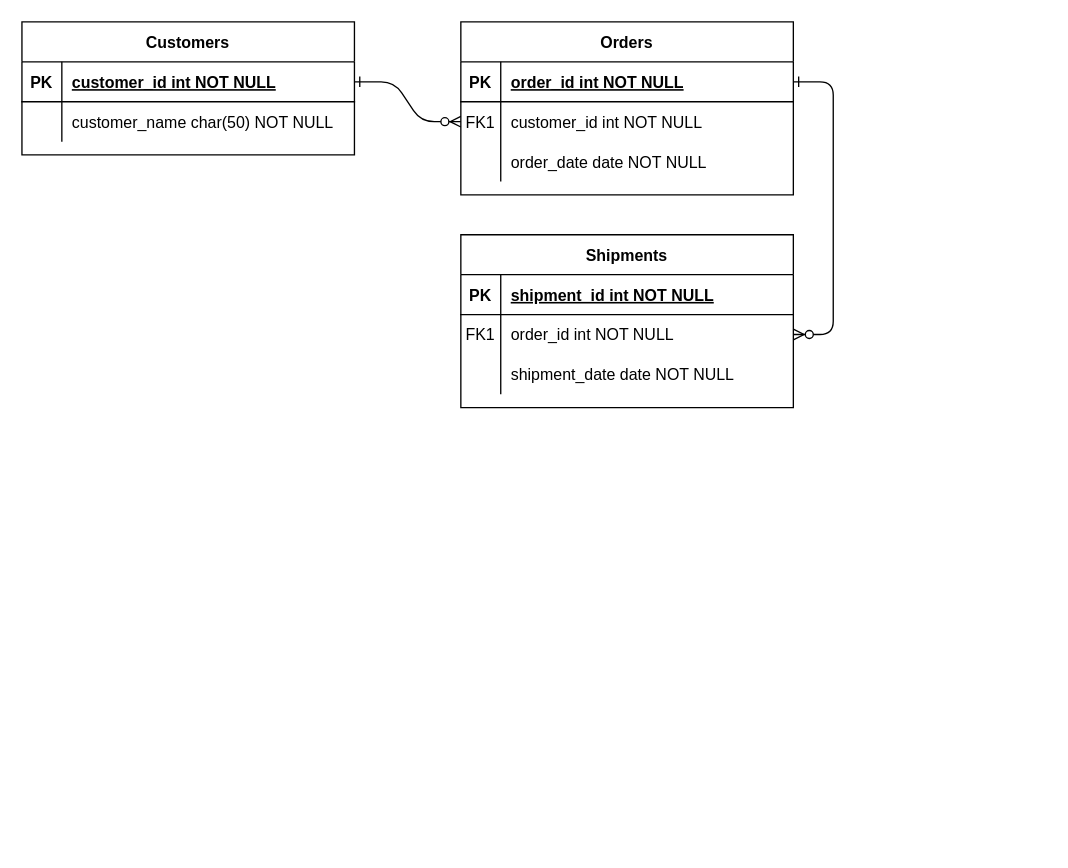
Before: Untitled Diagram.drawio in clauderhay/coding-live, a draw.io diagram. Source tidied: cells renumbered, new cells numbered last; positions are measured from the earlier drawing's top-left corner, leaving out a move shared by most shapes. Both pictures are drawn from the tidied source at 133%, with x=0, y=0 at pixel (21, 21).
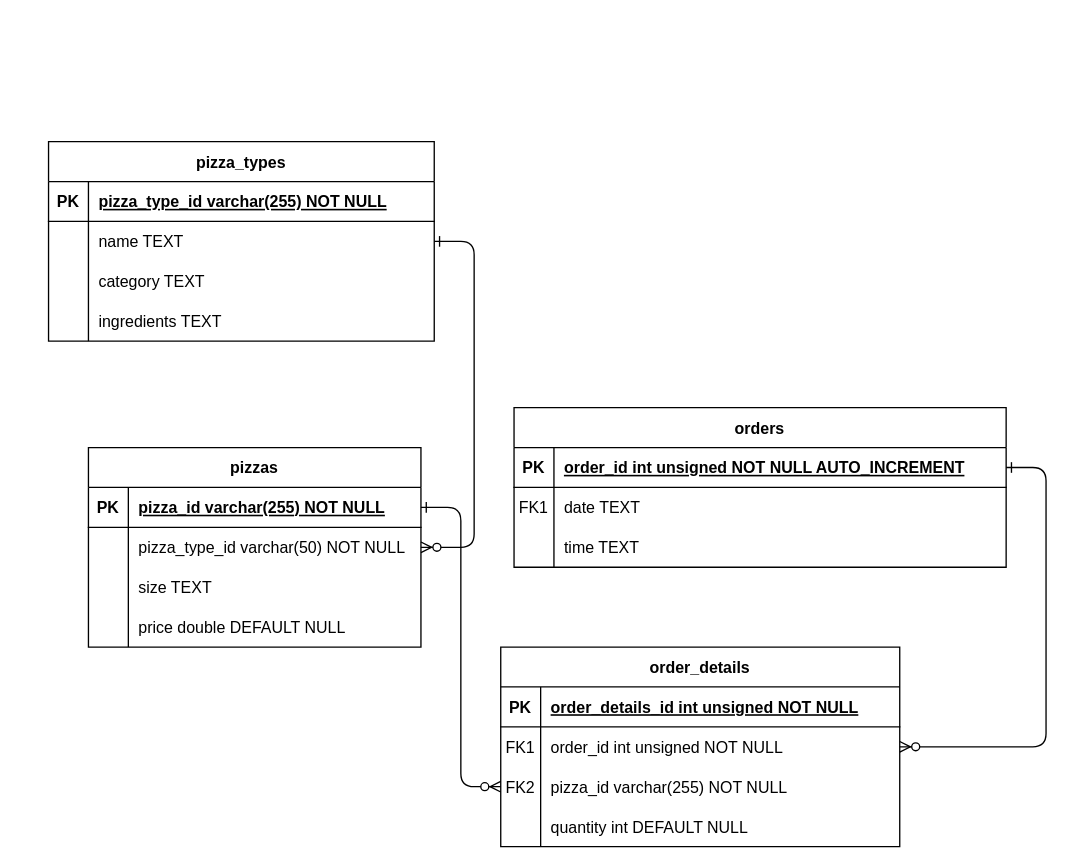
The same page after the edit.

Commit message:
Final ERD for pizza_place_sales_archive

The change refers to these unchanged cells:
```xml
<mxCell id="25" style="shape=partialRectangle;fillColor=none;points=[[0,0.5],[1,0.5]];portConstraint=eastwest;top=0;left=0;right=0;bottom=1;" parent="24" vertex="1">
  <mxGeometry y="30" width="250" height="30" as="geometry" />
</mxCell>
<mxCell id="28" style="shape=partialRectangle;fillColor=none;points=[[0,0.5],[1,0.5]];portConstraint=eastwest;top=0;left=0;right=0;bottom=0;" parent="24" vertex="1">
  <mxGeometry y="60" width="250" height="30" as="geometry" />
</mxCell>
```

Diff of the diagram source:
```diff
@@
-    <mxCell id="2" style="edgeStyle=entityRelationEdgeStyle;endArrow=ERzeroToMany;startArrow=ERone;endFill=1;startFill=0;" parent="1" edge="1" source="25" target="8">
-      <mxGeometry relative="1" as="geometry" />
-    </mxCell>
@@
-    <mxCell id="4" value="Orders" style="shape=table;startSize=30;childLayout=tableLayout;rowLines=0;fontStyle=1;align=center;" parent="1" vertex="1">
-      <mxGeometry x="330" width="250" height="130" as="geometry" />
+    <mxCell id="4" value="orders" style="shape=table;startSize=30;childLayout=tableLayout;rowLines=0;fontStyle=1;align=center;" parent="1" vertex="1">
+      <mxGeometry x="370" y="290" width="370" height="120" as="geometry" />
     </mxCell>
     <mxCell id="5" style="shape=partialRectangle;fillColor=none;points=[[0,0.5],[1,0.5]];portConstraint=eastwest;top=0;left=0;right=0;bottom=1;" parent="4" vertex="1">
-      <mxGeometry y="30" width="250" height="30" as="geometry" />
+      <mxGeometry y="30" width="370" height="30" as="geometry" />
     </mxCell>
@@
-    <mxCell id="7" value="order_id int NOT NULL " style="shape=partialRectangle;overflow=hidden;fillColor=none;top=0;left=0;bottom=0;right=0;align=left;spacingLeft=6;fontStyle=5;" parent="5" vertex="1">
-      <mxGeometry x="30" width="220" height="30" as="geometry" />
+    <mxCell id="7" value="order_id int unsigned NOT NULL AUTO_INCREMENT" style="shape=partialRectangle;overflow=hidden;fillColor=none;top=0;left=0;bottom=0;right=0;align=left;spacingLeft=6;fontStyle=5;" parent="5" vertex="1">
+      <mxGeometry x="30" width="340" height="30" as="geometry" />
     </mxCell>
     <mxCell id="8" style="shape=partialRectangle;fillColor=none;points=[[0,0.5],[1,0.5]];portConstraint=eastwest;top=0;left=0;right=0;bottom=0;" parent="4" vertex="1">
-      <mxGeometry y="60" width="250" height="30" as="geometry" />
+      <mxGeometry y="60" width="370" height="30" as="geometry" />
     </mxCell>
@@
-    <mxCell id="10" value="customer_id int NOT NULL" style="shape=partialRectangle;overflow=hidden;fillColor=none;top=0;left=0;bottom=0;right=0;align=left;spacingLeft=6;" parent="8" vertex="1">
-      <mxGeometry x="30" width="220" height="30" as="geometry" />
+    <mxCell id="10" value="date TEXT" style="shape=partialRectangle;overflow=hidden;fillColor=none;top=0;left=0;bottom=0;right=0;align=left;spacingLeft=6;" parent="8" vertex="1">
+      <mxGeometry x="30" width="340" height="30" as="geometry" />
     </mxCell>
     <mxCell id="11" style="shape=partialRectangle;fillColor=none;top=0;left=0;right=0;bottom=0;" parent="4" vertex="1">
-      <mxGeometry y="90" width="250" height="30" as="geometry" />
+      <mxGeometry y="90" width="370" height="30" as="geometry" />
     </mxCell>
@@
-    <mxCell id="13" value="order_date date NOT NULL" style="shape=partialRectangle;overflow=hidden;fillColor=none;top=0;left=0;bottom=0;right=0;align=left;spacingLeft=6;" parent="11" vertex="1">
-      <mxGeometry x="30" width="220" height="30" as="geometry" />
+    <mxCell id="13" value="time TEXT" style="shape=partialRectangle;overflow=hidden;fillColor=none;top=0;left=0;bottom=0;right=0;align=left;spacingLeft=6;" parent="11" vertex="1">
+      <mxGeometry x="30" width="340" height="30" as="geometry" />
     </mxCell>
-    <mxCell id="14" value="Shipments" style="shape=table;startSize=30;childLayout=tableLayout;rowLines=0;fontStyle=1;align=center;" parent="1" vertex="1">
-      <mxGeometry x="330" y="160" width="250" height="130" as="geometry" />
+    <mxCell id="14" value="order_details" style="shape=table;startSize=30;childLayout=tableLayout;rowLines=0;fontStyle=1;align=center;" parent="1" vertex="1">
+      <mxGeometry x="360" y="470" width="300" height="150" as="geometry" />
     </mxCell>
     <mxCell id="15" style="shape=partialRectangle;fillColor=none;top=0;left=0;right=0;bottom=1;" parent="14" vertex="1">
-      <mxGeometry y="30" width="250" height="30" as="geometry" />
+      <mxGeometry y="30" width="300" height="30" as="geometry" />
     </mxCell>
@@
-    <mxCell id="17" value="shipment_id int NOT NULL " style="shape=partialRectangle;overflow=hidden;fillColor=none;top=0;left=0;bottom=0;right=0;align=left;spacingLeft=6;fontStyle=5;" parent="15" vertex="1">
-      <mxGeometry x="30" width="220" height="30" as="geometry" />
+    <mxCell id="17" value="order_details_id int unsigned NOT NULL " style="shape=partialRectangle;overflow=hidden;fillColor=none;top=0;left=0;bottom=0;right=0;align=left;spacingLeft=6;fontStyle=5;" parent="15" vertex="1">
+      <mxGeometry x="30" width="270" height="30" as="geometry" />
     </mxCell>
     <mxCell id="18" style="shape=partialRectangle;fillColor=none;points=[[0,0.5],[1,0.5]];portConstraint=eastwest;top=0;left=0;right=0;bottom=0;" parent="14" vertex="1">
-      <mxGeometry y="60" width="250" height="30" as="geometry" />
+      <mxGeometry y="60" width="300" height="30" as="geometry" />
     </mxCell>
@@
-    <mxCell id="20" value="order_id int NOT NULL" style="shape=partialRectangle;overflow=hidden;fillColor=none;top=0;left=0;bottom=0;right=0;align=left;spacingLeft=6;" parent="18" vertex="1">
-      <mxGeometry x="30" width="220" height="30" as="geometry" />
+    <mxCell id="20" value="order_id int unsigned NOT NULL" style="shape=partialRectangle;overflow=hidden;fillColor=none;top=0;left=0;bottom=0;right=0;align=left;spacingLeft=6;" parent="18" vertex="1">
+      <mxGeometry x="30" width="270" height="30" as="geometry" />
     </mxCell>
     <mxCell id="21" style="shape=partialRectangle;fillColor=none;points=[[0,0.5],[1,0.5]];portConstraint=eastwest;top=0;left=0;right=0;bottom=0;" parent="14" vertex="1">
-      <mxGeometry y="90" width="250" height="30" as="geometry" />
+      <mxGeometry y="90" width="300" height="30" as="geometry" />
     </mxCell>
-    <mxCell id="22" style="shape=partialRectangle;overflow=hidden;fillColor=none;top=0;left=0;bottom=0;right=0;" parent="21" vertex="1">
+    <mxCell id="22" value="FK2" style="shape=partialRectangle;overflow=hidden;fillColor=none;top=0;left=0;bottom=0;right=0;" parent="21" vertex="1">
       <mxGeometry width="30" height="30" as="geometry" />
     </mxCell>
-    <mxCell id="23" value="shipment_date date NOT NULL" style="shape=partialRectangle;overflow=hidden;fillColor=none;top=0;left=0;bottom=0;right=0;align=left;spacingLeft=6;" parent="21" vertex="1">
-      <mxGeometry x="30" width="220" height="30" as="geometry" />
+    <mxCell id="23" value="pizza_id varchar(255) NOT NULL" style="shape=partialRectangle;overflow=hidden;fillColor=none;top=0;left=0;bottom=0;right=0;align=left;spacingLeft=6;" parent="21" vertex="1">
+      <mxGeometry x="30" width="270" height="30" as="geometry" />
     </mxCell>
+    <mxCell id="31" style="shape=partialRectangle;fillColor=none;top=0;left=0;right=0;bottom=0;" parent="14" vertex="1">
+      <mxGeometry y="120" width="300" height="30" as="geometry" />
+    </mxCell>
+    <mxCell id="32" style="shape=partialRectangle;overflow=hidden;fillColor=none;top=0;left=0;bottom=0;right=0;" parent="31" vertex="1">
+      <mxGeometry width="30" height="30" as="geometry" />
+    </mxCell>
+    <mxCell id="33" value="quantity int DEFAULT NULL" style="shape=partialRectangle;overflow=hidden;fillColor=none;top=0;left=0;bottom=0;right=0;align=left;spacingLeft=6;" parent="31" vertex="1">
+      <mxGeometry x="30" width="270" height="30" as="geometry" />
+    </mxCell>
-    <mxCell id="24" value="Customers" style="shape=table;startSize=30;childLayout=tableLayout;rowLines=0;fontStyle=1;align=center;" parent="1" vertex="1">
-      <mxGeometry width="250" height="100" as="geometry" />
+    <mxCell id="24" value="pizzas" style="shape=table;startSize=30;childLayout=tableLayout;rowLines=0;fontStyle=1;align=center;" parent="1" vertex="1">
+      <mxGeometry x="50" y="320" width="250" height="150" as="geometry" />
     </mxCell>
@@
-    <mxCell id="27" value="customer_id int NOT NULL " style="shape=partialRectangle;overflow=hidden;fillColor=none;top=0;left=0;bottom=0;right=0;align=left;spacingLeft=6;fontStyle=5;" parent="25" vertex="1">
+    <mxCell id="27" value="pizza_id varchar(255) NOT NULL" style="shape=partialRectangle;overflow=hidden;fillColor=none;top=0;left=0;bottom=0;right=0;align=left;spacingLeft=6;fontStyle=5;" parent="25" vertex="1">
       <mxGeometry x="30" width="220" height="30" as="geometry" />
     </mxCell>
@@
-    <mxCell id="30" value="customer_name char(50) NOT NULL" style="shape=partialRectangle;overflow=hidden;fillColor=none;top=0;left=0;bottom=0;right=0;align=left;spacingLeft=6;" parent="28" vertex="1">
+    <mxCell id="30" value="pizza_type_id varchar(50) NOT NULL" style="shape=partialRectangle;overflow=hidden;fillColor=none;top=0;left=0;bottom=0;right=0;align=left;spacingLeft=6;" parent="28" vertex="1">
       <mxGeometry x="30" width="220" height="30" as="geometry" />
     </mxCell>
+    <mxCell id="34" style="shape=partialRectangle;fillColor=none;top=0;left=0;right=0;bottom=0;" parent="24" vertex="1">
+      <mxGeometry y="90" width="250" height="30" as="geometry" />
+    </mxCell>
+    <mxCell id="35" style="shape=partialRectangle;overflow=hidden;fillColor=none;top=0;left=0;bottom=0;right=0;" parent="34" vertex="1">
+      <mxGeometry width="30" height="30" as="geometry" />
+    </mxCell>
+    <mxCell id="36" value="size TEXT" style="shape=partialRectangle;overflow=hidden;fillColor=none;top=0;left=0;bottom=0;right=0;align=left;spacingLeft=6;" parent="34" vertex="1">
+      <mxGeometry x="30" width="220" height="30" as="geometry" />
+    </mxCell>
+    <mxCell id="37" style="shape=partialRectangle;fillColor=none;top=0;left=0;right=0;bottom=0;" parent="24" vertex="1">
+      <mxGeometry y="120" width="250" height="30" as="geometry" />
+    </mxCell>
+    <mxCell id="38" style="shape=partialRectangle;overflow=hidden;fillColor=none;top=0;left=0;bottom=0;right=0;" parent="37" vertex="1">
+      <mxGeometry width="30" height="30" as="geometry" />
+    </mxCell>
+    <mxCell id="39" value="price double DEFAULT NULL" style="shape=partialRectangle;overflow=hidden;fillColor=none;top=0;left=0;bottom=0;right=0;align=left;spacingLeft=6;" parent="37" vertex="1">
+      <mxGeometry x="30" width="220" height="30" as="geometry" />
+    </mxCell>
+    <mxCell id="40" value="pizza_types" style="shape=table;startSize=30;childLayout=tableLayout;rowLines=0;fontStyle=1;align=center;" parent="1" vertex="1">
+      <mxGeometry x="20" y="90" width="290" height="150" as="geometry" />
+    </mxCell>
+    <mxCell id="41" style="shape=partialRectangle;fillColor=none;top=0;left=0;right=0;bottom=1;" parent="40" vertex="1">
+      <mxGeometry y="30" width="290" height="30" as="geometry" />
+    </mxCell>
+    <mxCell id="42" value="PK" style="shape=partialRectangle;overflow=hidden;fillColor=none;top=0;left=0;bottom=0;right=0;fontStyle=1;" parent="41" vertex="1">
+      <mxGeometry width="30" height="30" as="geometry" />
+    </mxCell>
+    <mxCell id="43" value="pizza_type_id varchar(255) NOT NULL " style="shape=partialRectangle;overflow=hidden;fillColor=none;top=0;left=0;bottom=0;right=0;align=left;spacingLeft=6;fontStyle=5;" parent="41" vertex="1">
+      <mxGeometry x="30" width="260" height="30" as="geometry" />
+    </mxCell>
+    <mxCell id="44" style="shape=partialRectangle;fillColor=none;points=[[0,0.5],[1,0.5]];portConstraint=eastwest;top=0;left=0;right=0;bottom=0;" parent="40" vertex="1">
+      <mxGeometry y="60" width="290" height="30" as="geometry" />
+    </mxCell>
+    <mxCell id="45" style="shape=partialRectangle;overflow=hidden;fillColor=none;top=0;left=0;bottom=0;right=0;" parent="44" vertex="1">
+      <mxGeometry width="30" height="30" as="geometry" />
+    </mxCell>
+    <mxCell id="46" value="name TEXT" style="shape=partialRectangle;overflow=hidden;fillColor=none;top=0;left=0;bottom=0;right=0;align=left;spacingLeft=6;" parent="44" vertex="1">
+      <mxGeometry x="30" width="260" height="30" as="geometry" />
+    </mxCell>
+    <mxCell id="47" style="shape=partialRectangle;fillColor=none;top=0;left=0;right=0;bottom=0;" parent="40" vertex="1">
+      <mxGeometry y="90" width="290" height="30" as="geometry" />
+    </mxCell>
+    <mxCell id="48" style="shape=partialRectangle;overflow=hidden;fillColor=none;top=0;left=0;bottom=0;right=0;" parent="47" vertex="1">
+      <mxGeometry width="30" height="30" as="geometry" />
+    </mxCell>
+    <mxCell id="49" value="category TEXT" style="shape=partialRectangle;overflow=hidden;fillColor=none;top=0;left=0;bottom=0;right=0;align=left;spacingLeft=6;" parent="47" vertex="1">
+      <mxGeometry x="30" width="260" height="30" as="geometry" />
+    </mxCell>
+    <mxCell id="50" style="shape=partialRectangle;fillColor=none;top=0;left=0;right=0;bottom=0;" parent="40" vertex="1">
+      <mxGeometry y="120" width="290" height="30" as="geometry" />
+    </mxCell>
+    <mxCell id="51" style="shape=partialRectangle;overflow=hidden;fillColor=none;top=0;left=0;bottom=0;right=0;" parent="50" vertex="1">
+      <mxGeometry width="30" height="30" as="geometry" />
+    </mxCell>
+    <mxCell id="52" value="ingredients TEXT" style="shape=partialRectangle;overflow=hidden;fillColor=none;top=0;left=0;bottom=0;right=0;align=left;spacingLeft=6;" parent="50" vertex="1">
+      <mxGeometry x="30" width="260" height="30" as="geometry" />
+    </mxCell>
+    <mxCell id="53" style="edgeStyle=entityRelationEdgeStyle;endArrow=ERzeroToMany;startArrow=ERone;endFill=1;startFill=0;exitX=1;exitY=0.5;exitDx=0;exitDy=0;" parent="1" edge="1" source="25" target="21">
+      <mxGeometry relative="1" as="geometry">
+        <Array as="points">
+          <mxPoint x="330" y="520" />
+          <mxPoint x="290" y="590" />
+          <mxPoint x="480" y="500" />
+          <mxPoint x="320" y="570" />
+          <mxPoint x="300" y="530" />
+          <mxPoint x="680" y="490" />
+          <mxPoint x="510" y="460" />
+        </Array>
+      </mxGeometry>
+    </mxCell>
+    <mxCell id="54" style="edgeStyle=entityRelationEdgeStyle;endArrow=ERzeroToMany;startArrow=ERone;endFill=1;startFill=0;" parent="1" edge="1" source="44" target="28">
+      <mxGeometry relative="1" as="geometry" />
+    </mxCell>
```
